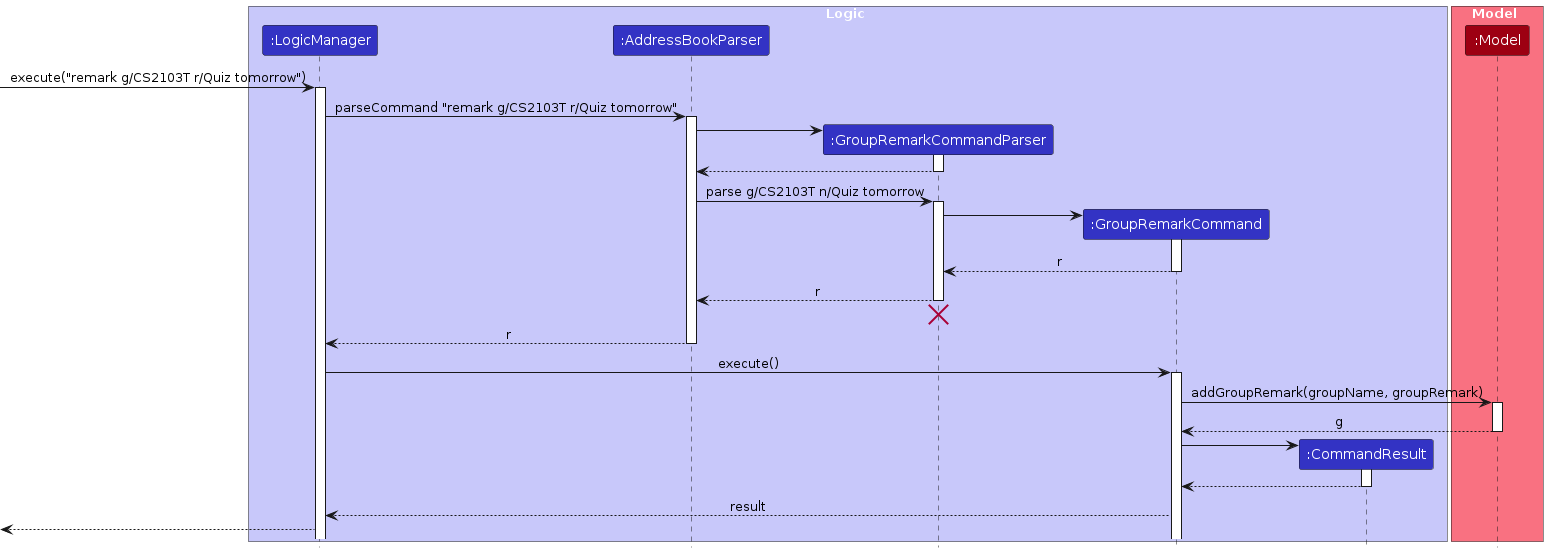
Kailash201/tp keeps this PlantUML diagram as diagrams/GroupRemarkSequenceDiagram.png. Above is the earlier version. Its source is kept beside it as diagrams/GroupRemarkSequenceDiagram.puml.
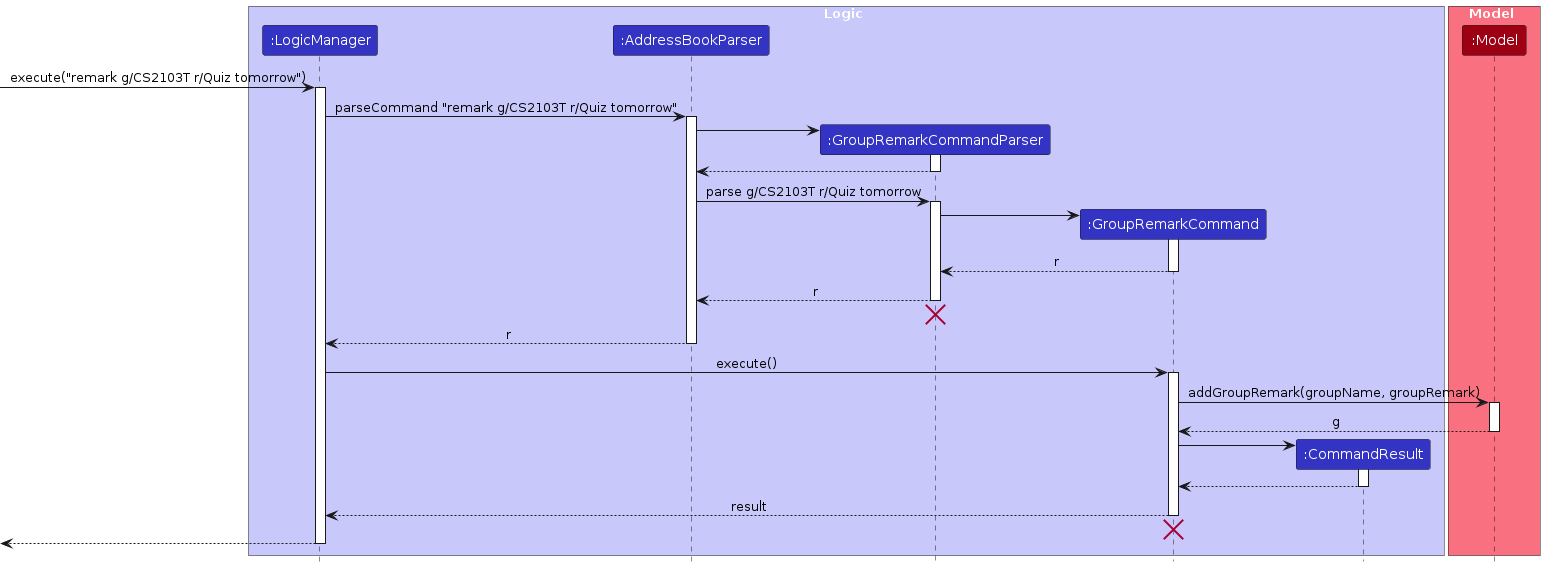
The same file after the commit.

Change to the diagram source:
```diff
@@ -28,7 +28,7 @@
 GroupRemarkCommandParser --> AddressBookParser
 deactivate GroupRemarkCommandParser
 
-AddressBookParser -> GroupRemarkCommandParser: parse g/CS2103T n/Quiz tomorrow
+AddressBookParser -> GroupRemarkCommandParser: parse g/CS2103T r/Quiz tomorrow
 activate GroupRemarkCommandParser
 
 create GroupRemarkCommand
@@ -64,7 +64,15 @@
 CommandResult --> GroupRemarkCommand
 deactivate CommandResult
 
+
+
 GroupRemarkCommand --> LogicManager: result
+deactivate GroupRemarkCommand
+
+GroupRemarkCommand -[hidden]-> AddressBookParser
+destroy GroupRemarkCommand
+
 [<-- LogicManager
+deactivate LogicManager
 
 @enduml
```
